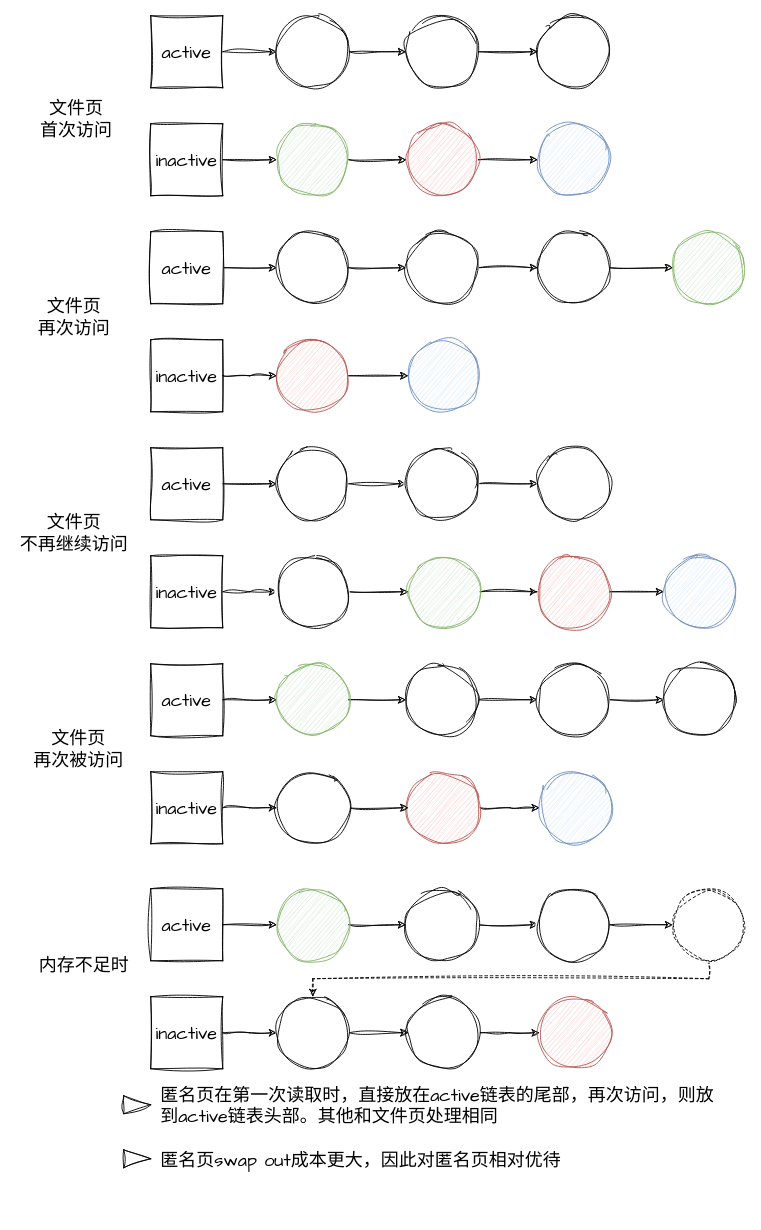
ji92/markdown_picture keeps this draw.io diagram as images/LRU双链表.drawio. Above is the earlier version. Source tidied: cells renumbered, new cells numbered last; positions are measured from the earlier drawing's top-left corner, leaving out a move shared by most shapes. Both pictures are drawn from the tidied source at 90%, with x=0, y=0 at pixel (15, 15).
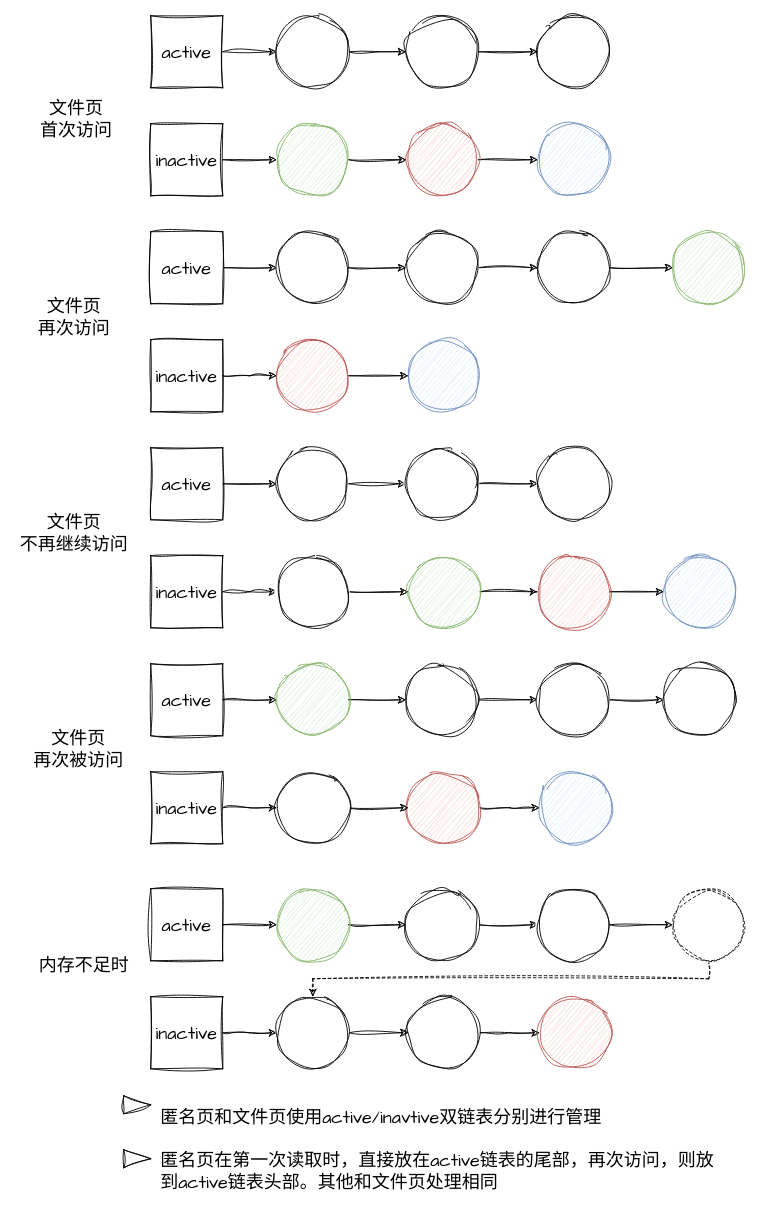
After the change.

Commit message:
更新LRU双链表.drawio

Change to the diagram source:
```diff
@@
-    <mxCell id="84" value="匿名页在第一次读取时，直接放在active链表的尾部，再次访问，则放到active链表头部。其他和文件页处理相同&lt;br&gt;&lt;br&gt;匿名页swap out成本更大，因此对匿名页相对优待" style="text;html=1;strokeColor=none;fillColor=none;align=left;verticalAlign=middle;whiteSpace=wrap;rounded=0;fontSize=20;fontFamily=Architects Daughter;" parent="1" vertex="1">
-      <mxGeometry x="159" y="1220" width="630" height="30" as="geometry" />
+    <mxCell id="84" value="&lt;br&gt;&lt;br&gt;&lt;br&gt;匿名页和文件页使用active/inavtive双链表分别进行管理&lt;br&gt;&lt;br&gt;匿名页在第一次读取时，直接放在active链表的尾部，再次访问，则放到active链表头部。其他和文件页处理相同&lt;br&gt;&lt;br&gt;" style="text;html=1;strokeColor=none;fillColor=none;align=left;verticalAlign=middle;whiteSpace=wrap;rounded=0;fontSize=20;fontFamily=Architects Daughter;" parent="1" vertex="1">
+      <mxGeometry x="159" y="1221" width="630" height="30" as="geometry" />
     </mxCell>
```
